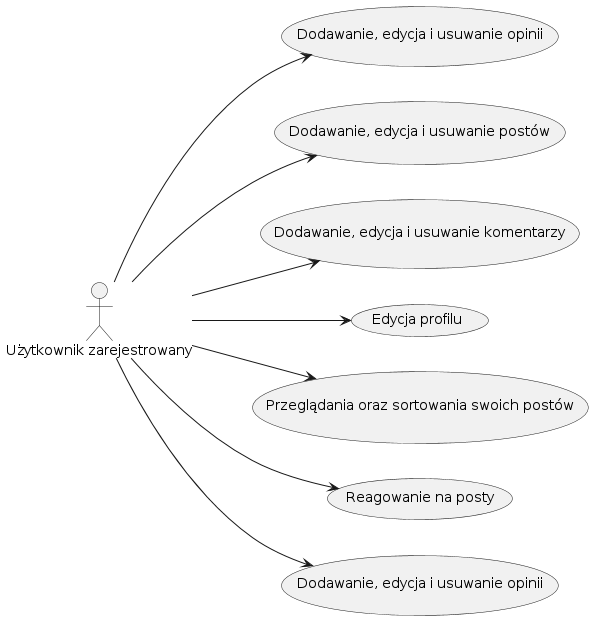
The PlantUML diagram img/diagrams/usecaseRegistered.png in amelinium23/bachelor-thesis, before a commit. The source it was exported from:
```plantuml
@startuml usecaseRegistered

left to right direction

actor "Użytkownik zarejestrowany" as user

usecase "Dodawanie, edycja i usuwanie opinii" as UC1
usecase "Dodawanie, edycja i usuwanie postów" as UC2
usecase "Dodawanie, edycja i usuwanie komentarzy" as UC3
usecase "Edycja profilu" as UC4
usecase "Przeglądania oraz sortowania swoich postów" as UC5
usecase "Reagowanie na posty" as UC6
usecase "Dodawanie, edycja i usuwanie opinii" as UC7

user --> UC1
user --> UC2
user --> UC3
user --> UC4
user --> UC5
user --> UC6
user --> UC7

@enduml
```
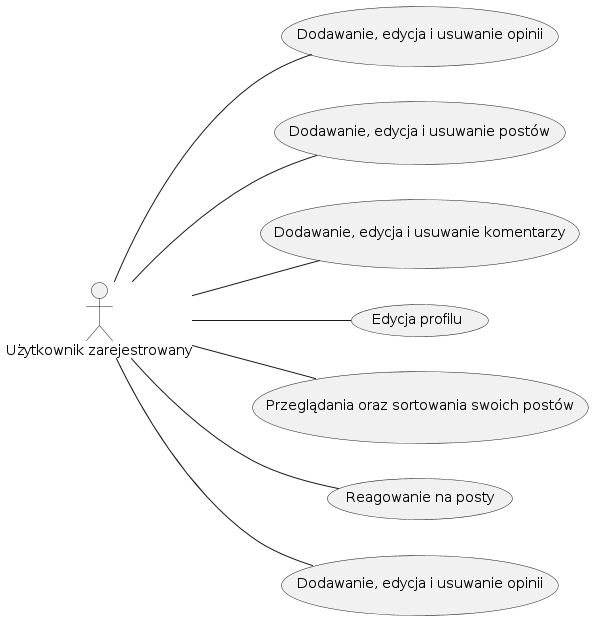
Later version of the same file.

What changed in the source:
```diff
@@ -12,12 +12,12 @@
 usecase "Reagowanie na posty" as UC6
 usecase "Dodawanie, edycja i usuwanie opinii" as UC7
 
-user --> UC1
-user --> UC2
-user --> UC3
-user --> UC4
-user --> UC5
-user --> UC6
-user --> UC7
+user -- UC1
+user -- UC2
+user -- UC3
+user -- UC4
+user -- UC5
+user -- UC6
+user -- UC7
 
 @enduml
```
